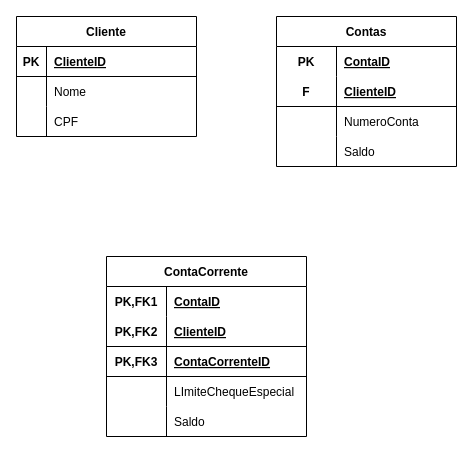
The draw.io diagram 13/bd.drawio in LuisgrbDev/php_senac, before the edit. Source tidied: cells renumbered, new cells numbered last; positions are measured from the earlier drawing's top-left corner, leaving out a move shared by most shapes. Both pictures are drawn from the tidied source at 100%, with x=0, y=0 at pixel (16, 16).
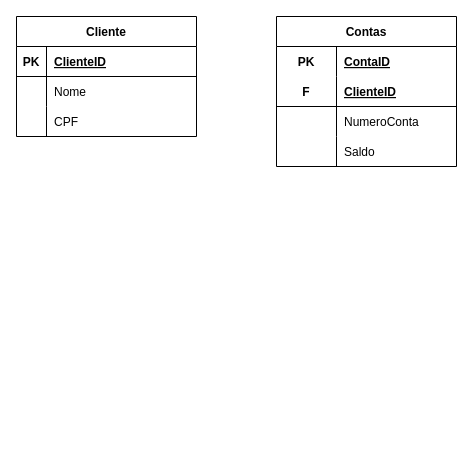
The same page after the edit.

Diff of the diagram source:
```diff
@@
-    <mxCell id="25" value="ContaCorrente" style="shape=table;startSize=30;childLayout=tableLayout;rowLines=0;fontStyle=1;align=center;" parent="1" vertex="1">
-      <mxGeometry x="90" y="240" width="200" height="180" as="geometry" />
-    </mxCell>
-    <mxCell id="26" style="shape=tableRow;horizontal=0;startSize=0;swimlaneHead=0;swimlaneBody=0;fillColor=none;top=0;left=0;right=0;bottom=0;" parent="25" vertex="1">
-      <mxGeometry y="30" width="200" height="30" as="geometry" />
-    </mxCell>
-    <mxCell id="27" value="PK,FK1" style="shape=partialRectangle;fillColor=none;top=0;left=0;bottom=0;right=0;fontStyle=1;overflow=hidden;" parent="26" vertex="1">
-      <mxGeometry width="60" height="30" as="geometry" />
-    </mxCell>
-    <mxCell id="28" value="ContaID" style="shape=partialRectangle;fillColor=none;top=0;left=0;bottom=0;right=0;align=left;spacingLeft=6;fontStyle=5;overflow=hidden;" parent="26" vertex="1">
-      <mxGeometry x="60" width="140" height="30" as="geometry" />
-    </mxCell>
-    <mxCell id="29" style="shape=tableRow;horizontal=0;startSize=0;swimlaneHead=0;swimlaneBody=0;fillColor=none;top=0;left=0;right=0;bottom=1;" parent="25" vertex="1">
-      <mxGeometry y="60" width="200" height="30" as="geometry" />
-    </mxCell>
-    <mxCell id="30" value="PK,FK2" style="shape=partialRectangle;fillColor=none;top=0;left=0;bottom=0;right=0;fontStyle=1;overflow=hidden;" parent="29" vertex="1">
-      <mxGeometry width="60" height="30" as="geometry" />
-    </mxCell>
-    <mxCell id="31" value="ClienteID" style="shape=partialRectangle;fillColor=none;top=0;left=0;bottom=0;right=0;align=left;spacingLeft=6;fontStyle=5;overflow=hidden;" parent="29" vertex="1">
-      <mxGeometry x="60" width="140" height="30" as="geometry" />
-    </mxCell>
-    <mxCell id="32" style="shape=tableRow;horizontal=0;startSize=0;swimlaneHead=0;swimlaneBody=0;fillColor=none;top=0;left=0;right=0;bottom=1;" parent="25" vertex="1">
-      <mxGeometry y="90" width="200" height="30" as="geometry" />
-    </mxCell>
-    <mxCell id="33" value="PK,FK3" style="shape=partialRectangle;fillColor=none;top=0;left=0;bottom=0;right=0;fontStyle=1;overflow=hidden;" parent="32" vertex="1">
-      <mxGeometry width="60" height="30" as="geometry" />
-    </mxCell>
-    <mxCell id="34" value="ContaCorrenteID" style="shape=partialRectangle;fillColor=none;top=0;left=0;bottom=0;right=0;align=left;spacingLeft=6;fontStyle=5;overflow=hidden;" parent="32" vertex="1">
-      <mxGeometry x="60" width="140" height="30" as="geometry" />
-    </mxCell>
-    <mxCell id="35" style="shape=tableRow;horizontal=0;startSize=0;swimlaneHead=0;swimlaneBody=0;fillColor=none;top=0;left=0;right=0;bottom=0;" parent="25" vertex="1">
-      <mxGeometry y="120" width="200" height="30" as="geometry" />
-    </mxCell>
-    <mxCell id="36" style="shape=partialRectangle;fillColor=none;top=0;left=0;bottom=0;right=0;overflow=hidden;" parent="35" vertex="1">
-      <mxGeometry width="60" height="30" as="geometry" />
-    </mxCell>
-    <mxCell id="37" value="LImiteChequeEspecial" style="shape=partialRectangle;fillColor=none;top=0;left=0;bottom=0;right=0;align=left;spacingLeft=6;overflow=hidden;" parent="35" vertex="1">
-      <mxGeometry x="60" width="140" height="30" as="geometry" />
-    </mxCell>
-    <mxCell id="38" style="shape=tableRow;horizontal=0;startSize=0;swimlaneHead=0;swimlaneBody=0;fillColor=none;top=0;left=0;right=0;bottom=0;" parent="25" vertex="1">
-      <mxGeometry y="150" width="200" height="30" as="geometry" />
-    </mxCell>
-    <mxCell id="39" style="shape=partialRectangle;fillColor=none;top=0;left=0;bottom=0;right=0;overflow=hidden;" parent="38" vertex="1">
-      <mxGeometry width="60" height="30" as="geometry" />
-    </mxCell>
-    <mxCell id="40" value="Saldo" style="shape=partialRectangle;fillColor=none;top=0;left=0;bottom=0;right=0;align=left;spacingLeft=6;overflow=hidden;" parent="38" vertex="1">
-      <mxGeometry x="60" width="140" height="30" as="geometry" />
-    </mxCell>
```
